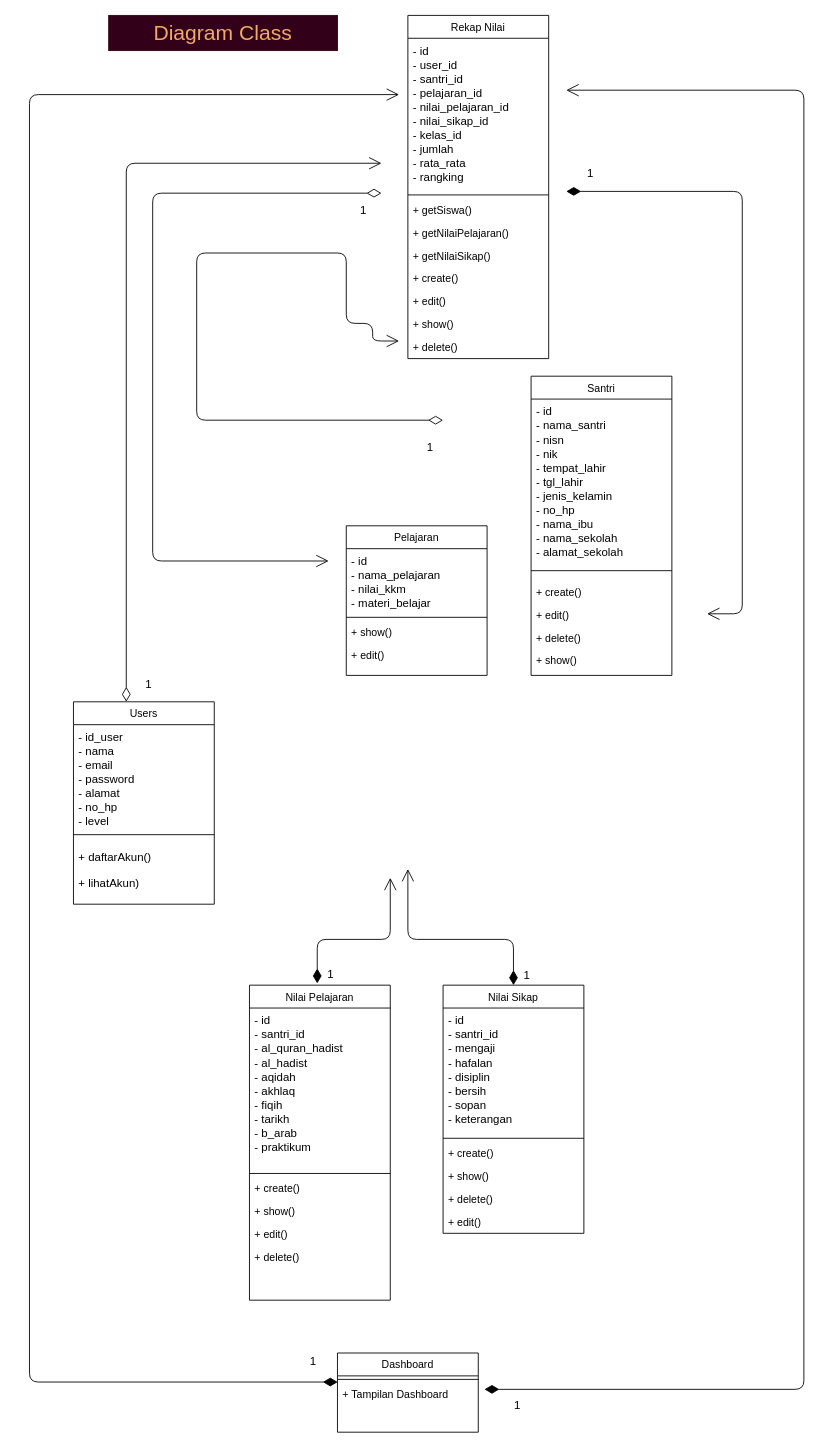
Above: page "Diagram-Class" (4 of 17) of draw.io/Proyek-3.drawio in Tugas-Proyek-Polindra/proyek-3 (draw.io), before the change. Source tidied: cells renumbered, new cells numbered last; positions are measured from the earlier drawing's top-left corner, leaving out a move shared by most shapes. Both pictures are drawn from the tidied source at 88%, with x=0, y=0 at pixel (29, 15).
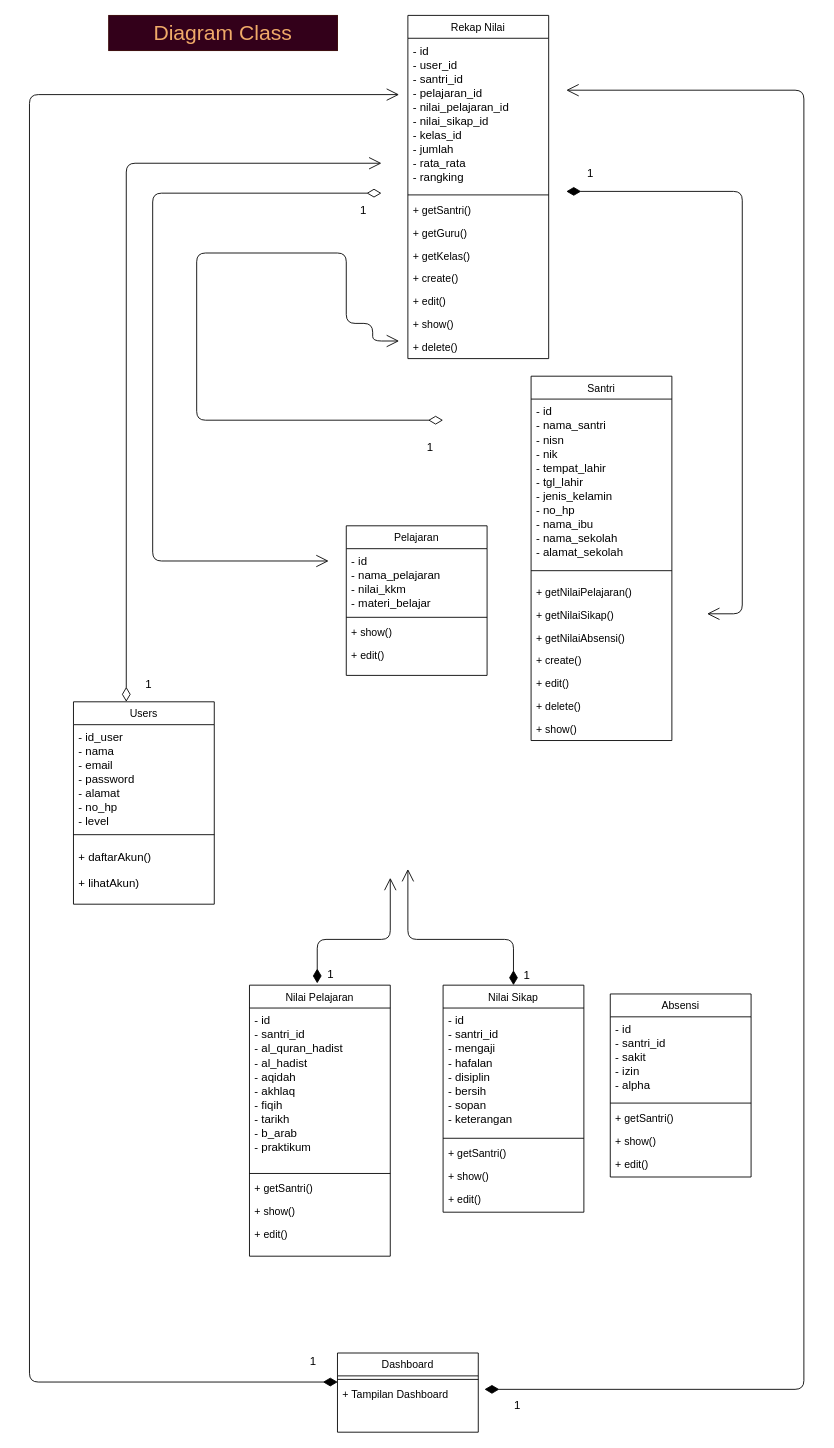
The same page after the edit.

Unchanged cells that the change refers to:
```xml
<mxCell id="20" value="Rekap Nilai" style="swimlane;fontStyle=0;align=center;verticalAlign=top;horizontal=1;startSize=26;rounded=0;shadow=0;strokeWidth=1;" parent="1" vertex="1">
  <mxGeometry x="430" width="160" height="390" as="geometry" />
</mxCell>
```

Change to the diagram source:
```diff
@@
     <mxCell id="13" value="Nilai Pelajaran" style="swimlane;fontStyle=0;align=center;verticalAlign=top;horizontal=1;startSize=26;rounded=0;shadow=0;strokeWidth=1;" parent="1" vertex="1">
-      <mxGeometry x="250" y="1102" width="160" height="358" as="geometry" />
+      <mxGeometry x="250" y="1102" width="160" height="308" as="geometry" />
     </mxCell>
@@
-    <mxCell id="16" value="+ create()" style="text;align=left;verticalAlign=top;spacingLeft=4;spacingRight=4;overflow=hidden;" parent="13" vertex="1">
+    <mxCell id="16" value="+ getSantri()" style="text;align=left;verticalAlign=top;spacingLeft=4;spacingRight=4;overflow=hidden;" parent="13" vertex="1">
       <mxGeometry y="218" width="160" height="26" as="geometry" />
     </mxCell>
@@
-    <mxCell id="19" value="+ delete()" style="text;strokeColor=none;fillColor=none;align=left;verticalAlign=top;spacingLeft=4;spacingRight=4;overflow=hidden;" parent="13" vertex="1">
-      <mxGeometry y="296" width="160" height="26" as="geometry" />
-    </mxCell>
@@
-    <mxCell id="23" value="+ getSiswa()" style="text;strokeColor=none;fillColor=none;align=left;verticalAlign=top;spacingLeft=4;spacingRight=4;overflow=hidden;" parent="20" vertex="1">
+    <mxCell id="23" value="+ getSantri()" style="text;strokeColor=none;fillColor=none;align=left;verticalAlign=top;spacingLeft=4;spacingRight=4;overflow=hidden;" parent="20" vertex="1">
       <mxGeometry y="208" width="160" height="26" as="geometry" />
     </mxCell>
-    <mxCell id="24" value="+ getNilaiPelajaran()" style="text;strokeColor=none;fillColor=none;align=left;verticalAlign=top;spacingLeft=4;spacingRight=4;overflow=hidden;" parent="20" vertex="1">
-      <mxGeometry y="234" width="160" height="26" as="geometry" />
-    </mxCell>
-    <mxCell id="25" value="+ getNilaiSikap()" style="text;strokeColor=none;fillColor=none;align=left;verticalAlign=top;spacingLeft=4;spacingRight=4;overflow=hidden;" parent="20" vertex="1">
-      <mxGeometry y="260" width="160" height="26" as="geometry" />
+    <mxCell id="25" value="+ getGuru()" style="text;strokeColor=none;fillColor=none;align=left;verticalAlign=top;spacingLeft=4;spacingRight=4;overflow=hidden;" parent="20" vertex="1">
+      <mxGeometry y="234" width="160" height="26" as="geometry" />
     </mxCell>
+    <mxCell id="55" value="+ getKelas()" style="text;strokeColor=none;fillColor=none;align=left;verticalAlign=top;spacingLeft=4;spacingRight=4;overflow=hidden;" parent="20" vertex="1">
+      <mxGeometry y="260" width="160" height="26" as="geometry" />
+    </mxCell>
@@
     <mxCell id="30" value="Nilai Sikap" style="swimlane;fontStyle=0;align=center;verticalAlign=top;horizontal=1;startSize=26;rounded=0;shadow=0;strokeWidth=1;" parent="1" vertex="1">
-      <mxGeometry x="470" y="1102" width="160" height="282" as="geometry" />
+      <mxGeometry x="470" y="1102" width="160" height="258" as="geometry" />
     </mxCell>
@@
-    <mxCell id="33" value="+ create()" style="text;align=left;verticalAlign=top;spacingLeft=4;spacingRight=4;overflow=hidden;" parent="30" vertex="1">
+    <mxCell id="33" value="+ getSantri()" style="text;align=left;verticalAlign=top;spacingLeft=4;spacingRight=4;overflow=hidden;" parent="30" vertex="1">
       <mxGeometry y="178" width="160" height="26" as="geometry" />
     </mxCell>
@@
-    <mxCell id="35" value="+ delete()" style="text;strokeColor=none;fillColor=none;align=left;verticalAlign=top;spacingLeft=4;spacingRight=4;overflow=hidden;" parent="30" vertex="1">
-      <mxGeometry y="230" width="160" height="26" as="geometry" />
-    </mxCell>
     <mxCell id="36" value="+ edit()&#10;" style="text;align=left;verticalAlign=top;spacingLeft=4;spacingRight=4;overflow=hidden;" parent="30" vertex="1">
-      <mxGeometry y="256" width="160" height="26" as="geometry" />
+      <mxGeometry y="230" width="160" height="26" as="geometry" />
     </mxCell>
@@
     <mxCell id="43" value="Santri" style="swimlane;fontStyle=0;align=center;verticalAlign=top;horizontal=1;startSize=26;rounded=0;shadow=0;strokeWidth=1;" parent="1" vertex="1">
-      <mxGeometry x="570" y="410" width="160" height="340" as="geometry" />
+      <mxGeometry x="570" y="410" width="160" height="414" as="geometry" />
     </mxCell>
@@
-    <mxCell id="46" value="+ create()" style="text;align=left;verticalAlign=top;spacingLeft=4;spacingRight=4;overflow=hidden;" parent="43" vertex="1">
+    <mxCell id="46" value="+ getNilaiPelajaran()" style="text;align=left;verticalAlign=top;spacingLeft=4;spacingRight=4;overflow=hidden;" parent="43" vertex="1">
       <mxGeometry y="232" width="160" height="26" as="geometry" />
     </mxCell>
+    <mxCell id="56" value="+ getNilaiSikap()" style="text;align=left;verticalAlign=top;spacingLeft=4;spacingRight=4;overflow=hidden;" parent="43" vertex="1">
+      <mxGeometry y="258" width="160" height="26" as="geometry" />
+    </mxCell>
+    <mxCell id="57" value="+ getNilaiAbsensi()" style="text;align=left;verticalAlign=top;spacingLeft=4;spacingRight=4;overflow=hidden;" parent="43" vertex="1">
+      <mxGeometry y="284" width="160" height="26" as="geometry" />
+    </mxCell>
+    <mxCell id="58" value="+ create()" style="text;align=left;verticalAlign=top;spacingLeft=4;spacingRight=4;overflow=hidden;" parent="43" vertex="1">
+      <mxGeometry y="310" width="160" height="26" as="geometry" />
+    </mxCell>
     <mxCell id="47" value="+ edit()&#10;" style="text;align=left;verticalAlign=top;spacingLeft=4;spacingRight=4;overflow=hidden;" parent="43" vertex="1">
-      <mxGeometry y="258" width="160" height="26" as="geometry" />
+      <mxGeometry y="336" width="160" height="26" as="geometry" />
     </mxCell>
     <mxCell id="48" value="+ delete()" style="text;strokeColor=none;fillColor=none;align=left;verticalAlign=top;spacingLeft=4;spacingRight=4;overflow=hidden;" parent="43" vertex="1">
-      <mxGeometry y="284" width="160" height="26" as="geometry" />
+      <mxGeometry y="362" width="160" height="26" as="geometry" />
     </mxCell>
     <mxCell id="49" value="+ show()" style="text;strokeColor=none;fillColor=none;align=left;verticalAlign=top;spacingLeft=4;spacingRight=4;overflow=hidden;" parent="43" vertex="1">
-      <mxGeometry y="310" width="160" height="26" as="geometry" />
+      <mxGeometry y="388" width="160" height="26" as="geometry" />
     </mxCell>
@@
+    <mxCell id="59" value="Absensi" style="swimlane;fontStyle=0;align=center;verticalAlign=top;horizontal=1;startSize=26;rounded=0;shadow=0;strokeWidth=1;" parent="1" vertex="1">
+      <mxGeometry x="660" y="1112" width="160" height="208" as="geometry" />
+    </mxCell>
+    <mxCell id="60" value="- id&#10;- santri_id&#10;- sakit&#10;- izin&#10;- alpha" style="text;align=left;verticalAlign=top;spacingLeft=4;spacingRight=4;overflow=hidden;fontSize=13;" parent="59" vertex="1">
+      <mxGeometry y="26" width="160" height="94" as="geometry" />
+    </mxCell>
+    <mxCell id="61" style="line;html=1;strokeWidth=1;align=left;verticalAlign=middle;spacingTop=-1;spacingLeft=3;spacingRight=3;labelPosition=right;" parent="59" vertex="1">
+      <mxGeometry y="120" width="160" height="8" as="geometry" />
+    </mxCell>
+    <mxCell id="62" value="+ getSantri()" style="text;align=left;verticalAlign=top;spacingLeft=4;spacingRight=4;overflow=hidden;" parent="59" vertex="1">
+      <mxGeometry y="128" width="160" height="26" as="geometry" />
+    </mxCell>
+    <mxCell id="63" value="+ show()" style="text;strokeColor=none;fillColor=none;align=left;verticalAlign=top;spacingLeft=4;spacingRight=4;overflow=hidden;" parent="59" vertex="1">
+      <mxGeometry y="154" width="160" height="26" as="geometry" />
+    </mxCell>
+    <mxCell id="64" value="+ edit()&#10;" style="text;align=left;verticalAlign=top;spacingLeft=4;spacingRight=4;overflow=hidden;" parent="59" vertex="1">
+      <mxGeometry y="180" width="160" height="26" as="geometry" />
+    </mxCell>
```
